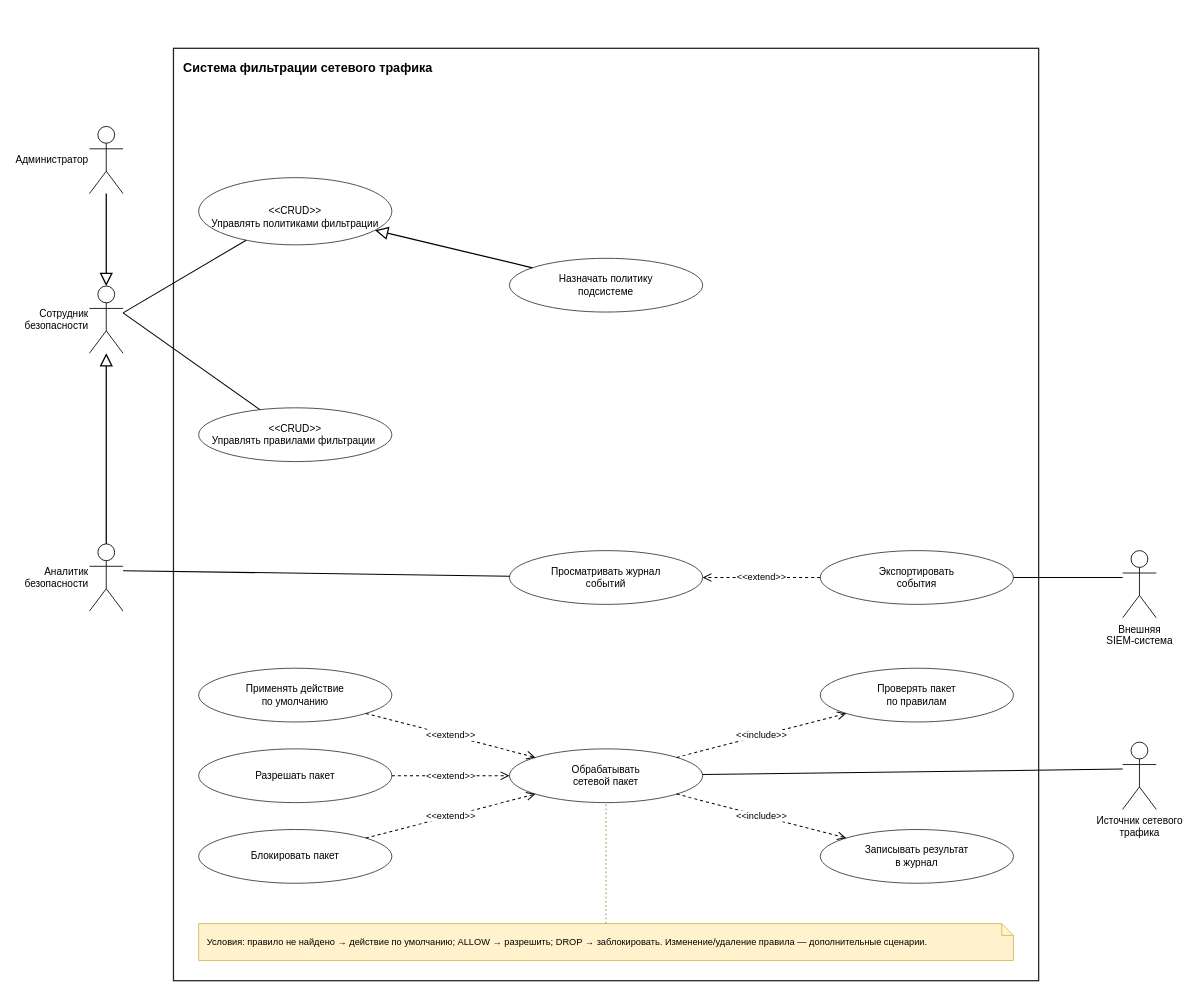
This is page "3 — Собственная система" (3 of 3) of lab3/diagram.drawio from hikaru-kl/software-design-project-firewall, a draw.io file, before an edit. Source tidied: cells renumbered, new cells numbered last; positions are measured from the earlier drawing's top-left corner, leaving out a move shared by most shapes. Both pictures are drawn from the tidied source at 84%, with x=0, y=0 at pixel (89, 48).
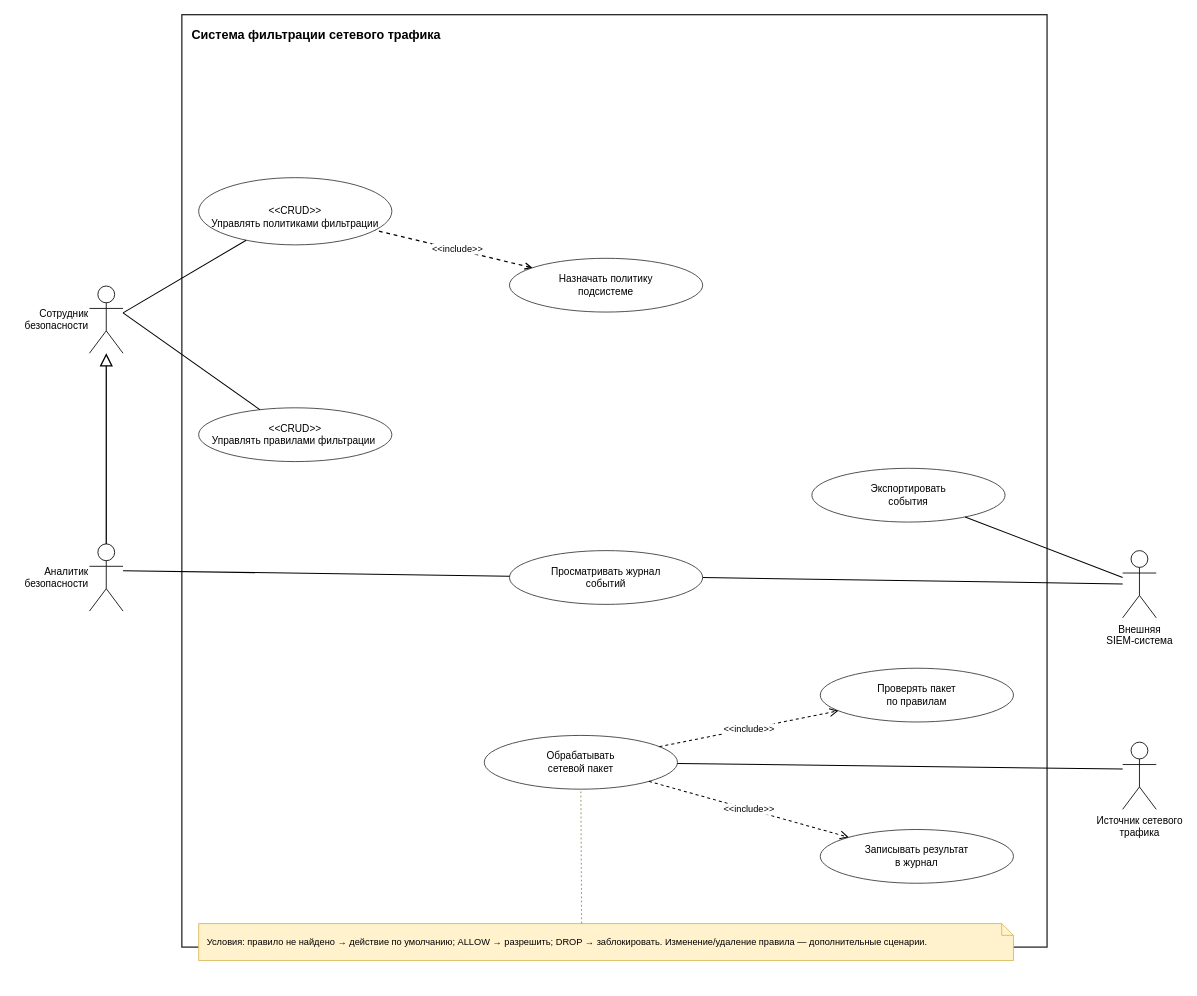
Above is the later version.

The change refers to these unchanged cells:
```xml
<mxCell id="4" value="Сотрудник&lt;br&gt;безопасности" style="shape=umlActor;html=1;outlineConnect=0;fontSize=12;labelPosition=left;verticalLabelPosition=middle;align=right;verticalAlign=middle;" parent="1" vertex="1">
  <mxGeometry y="283" width="40" height="80" as="geometry" />
</mxCell>
<mxCell id="7" value="Внешняя&lt;br&gt;SIEM-система" style="shape=umlActor;html=1;outlineConnect=0;fontSize=12;verticalLabelPosition=bottom;verticalAlign=top;" parent="1" vertex="1">
  <mxGeometry x="1230" y="598" width="40" height="80" as="geometry" />
</mxCell>
<mxCell id="8" value="Назначать политику&lt;br&gt;подсистеме" style="ellipse;whiteSpace=wrap;html=1;fillColor=#ffffff;strokeColor=#333333;fontSize=12;align=center;spacingLeft=8;spacingRight=8;" parent="1" vertex="1">
  <mxGeometry x="500" y="250" width="230" height="64" as="geometry" />
</mxCell>
<mxCell id="9" value="&lt;div&gt;&lt;font&gt;&lt;br&gt;&lt;/font&gt;&lt;/div&gt;&lt;div&gt;&lt;font&gt;&amp;lt;&amp;lt;CRUD&amp;gt;&amp;gt;&lt;/font&gt;&lt;/div&gt;&lt;font&gt;Управлять политиками фильтрации&lt;/font&gt;" style="ellipse;whiteSpace=wrap;html=1;fillColor=#ffffff;strokeColor=#333333;fontSize=12;align=center;spacingLeft=8;spacingRight=8;" parent="1" vertex="1">
  <mxGeometry x="130" y="154" width="230" height="80" as="geometry" />
</mxCell>
<mxCell id="11" value="Просматривать журнал&lt;br&gt;событий" style="ellipse;whiteSpace=wrap;html=1;fillColor=#ffffff;strokeColor=#333333;fontSize=12;align=center;spacingLeft=8;spacingRight=8;" parent="1" vertex="1">
  <mxGeometry x="500" y="598" width="230" height="64" as="geometry" />
</mxCell>
<mxCell id="19" value="Условия: правило не найдено → действие по умолчанию; ALLOW → разрешить; DROP → заблокировать. Изменение/удаление правила — дополнительные сценарии." style="shape=note;whiteSpace=wrap;html=1;size=14;fillColor=#fff2cc;strokeColor=#d6b656;fontSize=11;align=left;spacingLeft=8;spacingRight=8;" parent="1" vertex="1">
  <mxGeometry x="130" y="1042" width="970" height="44" as="geometry" />
</mxCell>
```

The edit, as a diff of the source:
```diff
@@
     <mxCell id="2" value="Система фильтрации сетевого трафика" style="rounded=0;whiteSpace=wrap;html=1;fillColor=none;strokeColor=#222222;strokeWidth=1.5;verticalAlign=top;align=left;spacingTop=8;spacingLeft=10;fontSize=15;fontStyle=1;" parent="1" vertex="1">
-      <mxGeometry x="100" width="1030" height="1110" as="geometry" />
+      <mxGeometry x="110" y="-40" width="1030" height="1110" as="geometry" />
     </mxCell>
-    <mxCell id="3" value="Администратор" style="shape=umlActor;html=1;outlineConnect=0;fontSize=12;labelPosition=left;verticalLabelPosition=middle;align=right;verticalAlign=middle;" parent="1" vertex="1">
-      <mxGeometry y="93" width="40" height="80" as="geometry" />
-    </mxCell>
@@
     <mxCell id="12" value="Экспортировать&lt;br&gt;события" style="ellipse;whiteSpace=wrap;html=1;fillColor=#ffffff;strokeColor=#333333;fontSize=12;align=center;spacingLeft=8;spacingRight=8;" parent="1" vertex="1">
-      <mxGeometry x="870" y="598" width="230" height="64" as="geometry" />
+      <mxGeometry x="860" y="500" width="230" height="64" as="geometry" />
     </mxCell>
-    <mxCell id="13" value="Применять действие&lt;br&gt;по умолчанию" style="ellipse;whiteSpace=wrap;html=1;fillColor=#ffffff;strokeColor=#333333;fontSize=12;align=center;spacingLeft=8;spacingRight=8;" parent="1" vertex="1">
-      <mxGeometry x="130" y="738" width="230" height="64" as="geometry" />
-    </mxCell>
-    <mxCell id="14" value="Разрешать пакет" style="ellipse;whiteSpace=wrap;html=1;fillColor=#ffffff;strokeColor=#333333;fontSize=12;align=center;spacingLeft=8;spacingRight=8;" parent="1" vertex="1">
-      <mxGeometry x="130" y="834" width="230" height="64" as="geometry" />
-    </mxCell>
-    <mxCell id="15" value="Блокировать пакет" style="ellipse;whiteSpace=wrap;html=1;fillColor=#ffffff;strokeColor=#333333;fontSize=12;align=center;spacingLeft=8;spacingRight=8;" parent="1" vertex="1">
-      <mxGeometry x="130" y="930" width="230" height="64" as="geometry" />
-    </mxCell>
     <mxCell id="16" value="Обрабатывать&lt;br&gt;сетевой пакет" style="ellipse;whiteSpace=wrap;html=1;fillColor=#ffffff;strokeColor=#333333;fontSize=12;align=center;spacingLeft=8;spacingRight=8;" parent="1" vertex="1">
-      <mxGeometry x="500" y="834" width="230" height="64" as="geometry" />
+      <mxGeometry x="470" y="818" width="230" height="64" as="geometry" />
     </mxCell>
@@
-    <mxCell id="20" style="rounded=0;html=1;strokeWidth=1.2;endArrow=block;endFill=0;endSize=12;strokeWidth=1.5;" parent="1" edge="1" source="3" target="4">
-      <mxGeometry relative="1" as="geometry" />
-    </mxCell>
@@
-    <mxCell id="27" style="rounded=0;html=1;strokeWidth=1.2;endArrow=block;endFill=0;endSize=12;strokeWidth=1.5;" parent="1" edge="1" source="8" target="9">
+    <mxCell id="27" style="rounded=0;html=1;strokeWidth=1.2;endArrow=none;endFill=0;endSize=12;strokeWidth=1.5;dashed=1;startArrow=open;startFill=0;" parent="1" edge="1" source="8" target="9">
       <mxGeometry relative="1" as="geometry" />
     </mxCell>
+    <mxCell id="35" value="&amp;lt;&amp;lt;include&amp;gt;&amp;gt;" style="edgeLabel;html=1;align=center;verticalAlign=middle;inheritText=1;" parent="27" vertex="1">
+      <mxGeometry x="-0.03" y="-1" relative="1" as="geometry" />
+    </mxCell>
@@
-    <mxCell id="30" value="&amp;lt;&amp;lt;extend&amp;gt;&amp;gt;" style="rounded=0;html=1;strokeWidth=1.2;dashed=1;endArrow=open;endFill=0;endSize=8;fontSize=11;labelBackgroundColor=#ffffff;" parent="1" edge="1" source="13" target="16">
-      <mxGeometry relative="1" as="geometry" />
-    </mxCell>
-    <mxCell id="31" value="&amp;lt;&amp;lt;extend&amp;gt;&amp;gt;" style="rounded=0;html=1;strokeWidth=1.2;dashed=1;endArrow=open;endFill=0;endSize=8;fontSize=11;labelBackgroundColor=#ffffff;" parent="1" edge="1" source="14" target="16">
-      <mxGeometry relative="1" as="geometry" />
-    </mxCell>
-    <mxCell id="32" value="&amp;lt;&amp;lt;extend&amp;gt;&amp;gt;" style="rounded=0;html=1;strokeWidth=1.2;dashed=1;endArrow=open;endFill=0;endSize=8;fontSize=11;labelBackgroundColor=#ffffff;" parent="1" edge="1" source="15" target="16">
-      <mxGeometry relative="1" as="geometry" />
-    </mxCell>
-    <mxCell id="33" value="&amp;lt;&amp;lt;extend&amp;gt;&amp;gt;" style="rounded=0;html=1;strokeWidth=1.2;dashed=1;endArrow=open;endFill=0;endSize=8;fontSize=11;labelBackgroundColor=#ffffff;" parent="1" edge="1" source="12" target="11">
-      <mxGeometry relative="1" as="geometry" />
-    </mxCell>
-    <mxCell id="34" style="rounded=0;html=1;strokeWidth=1.2;dashed=1;dashPattern=2 3;endArrow=none;strokeColor=#8a7a2e;strokeWidth=1;exitX=0.5000;exitY=0;exitDx=0;exitDy=0;" parent="1" edge="1" source="19" target="16">
+    <mxCell id="34" style="rounded=0;html=1;strokeWidth=1.2;dashed=1;dashPattern=2 3;endArrow=none;strokeColor=#8a7a2e;strokeWidth=1;exitX=0.47;exitY=-0.006;exitDx=0;exitDy=0;exitPerimeter=0;" parent="1" edge="1" source="19" target="16">
       <mxGeometry relative="1" as="geometry" />
     </mxCell>
+    <mxCell id="36" style="rounded=0;html=1;strokeWidth=1.2;endArrow=none;entryX=1;entryY=0.5;entryDx=0;entryDy=0;" parent="1" edge="1" source="7" target="11">
+      <mxGeometry relative="1" as="geometry" />
+    </mxCell>
```
